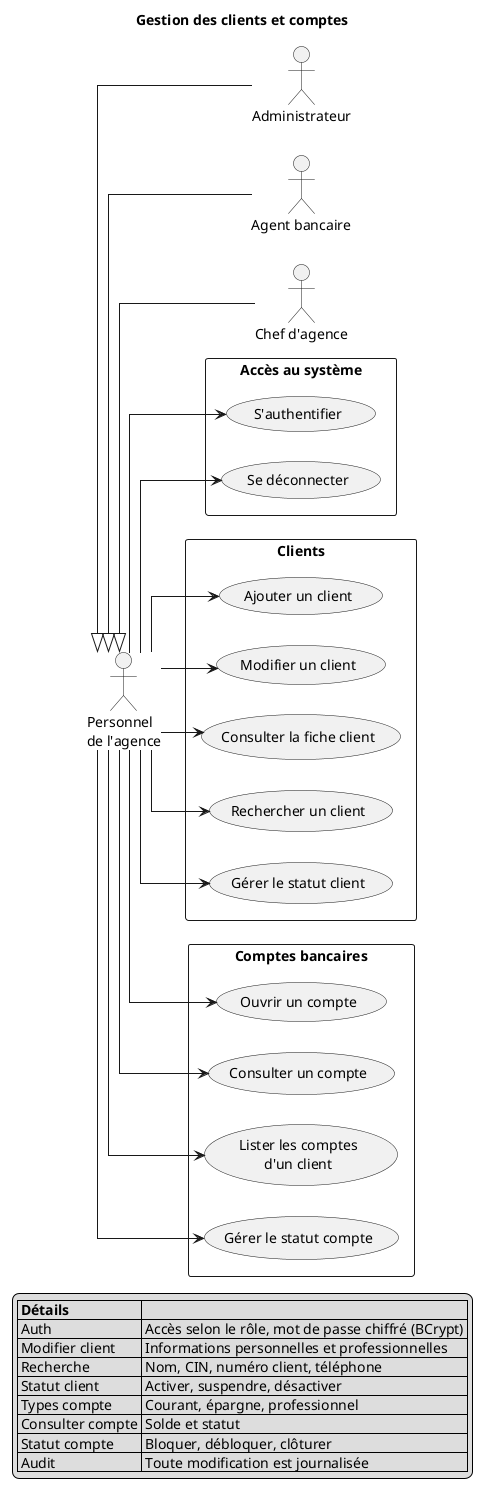
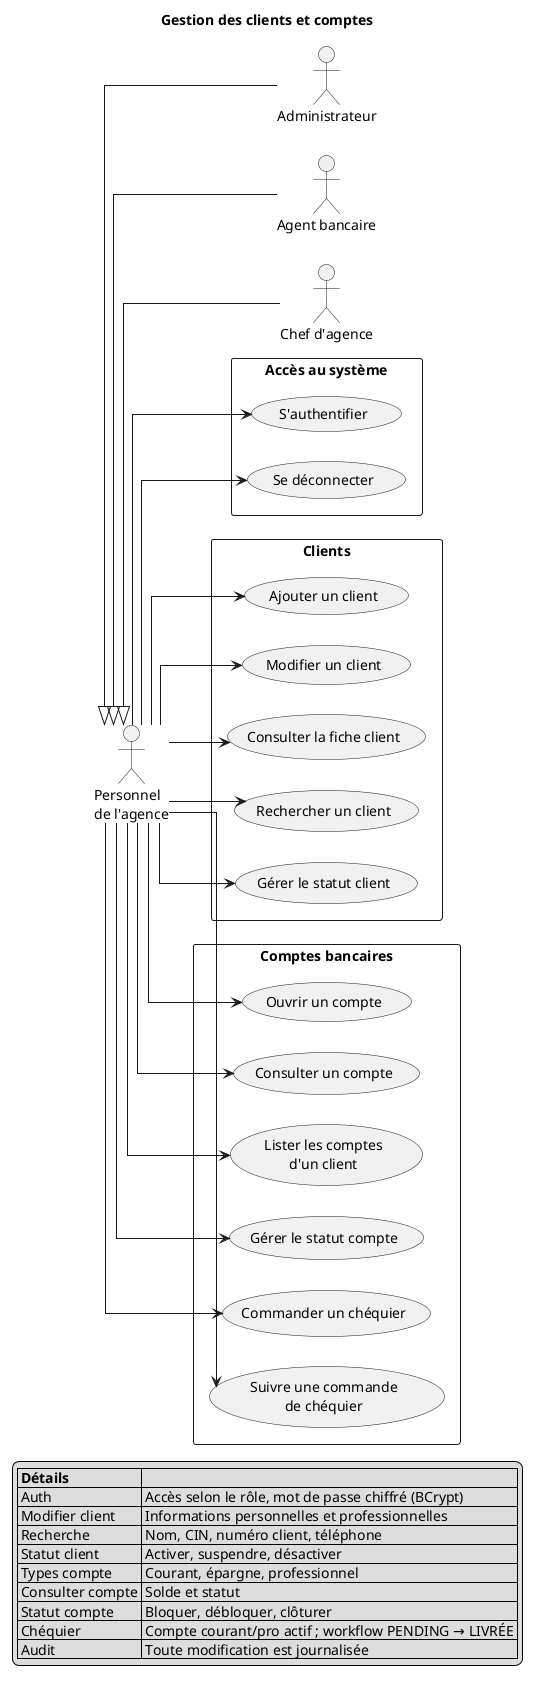
@startuml 01-clients-comptes
left to right direction
skinparam shadowing false
skinparam packageStyle rectangle
skinparam nodesep 30
skinparam ranksep 40
skinparam linetype ortho

title Gestion des clients et comptes

actor "Personnel\nde l'agence" as personnel

actor "Administrateur" as admin
actor "Agent bancaire" as agent
actor "Chef d'agence" as chef

admin -up-|> personnel
agent -up-|> personnel
chef -up-|> personnel

rectangle "Accès au système" {
  usecase "S'authentifier" as UC_LOGIN
  usecase "Se déconnecter" as UC_LOGOUT
}

rectangle "Clients" {
  usecase "Ajouter un client" as UC_C_ADD
  usecase "Modifier un client" as UC_C_EDIT
  usecase "Consulter la fiche client" as UC_C_VIEW
  usecase "Rechercher un client" as UC_C_SEARCH
  usecase "Gérer le statut client" as UC_C_STATUS
}

rectangle "Comptes bancaires" {
  usecase "Ouvrir un compte" as UC_A_OPEN
  usecase "Consulter un compte" as UC_A_VIEW
  usecase "Lister les comptes\nd'un client" as UC_A_LIST
  usecase "Gérer le statut compte" as UC_A_STATUS
+   usecase "Commander un chéquier" as UC_CHQ_ORDER
+   usecase "Suivre une commande\nde chéquier" as UC_CHQ_TRACK
}

personnel --> UC_LOGIN
personnel --> UC_LOGOUT
personnel --> UC_C_ADD
personnel --> UC_C_EDIT
personnel --> UC_C_VIEW
personnel --> UC_C_SEARCH
personnel --> UC_C_STATUS
personnel --> UC_A_OPEN
personnel --> UC_A_VIEW
personnel --> UC_A_LIST
personnel --> UC_A_STATUS
+ personnel --> UC_CHQ_ORDER
+ personnel --> UC_CHQ_TRACK

legend bottom
  |= Détails |= |
  | Auth | Accès selon le rôle, mot de passe chiffré (BCrypt) |
  | Modifier client | Informations personnelles et professionnelles |
  | Recherche | Nom, CIN, numéro client, téléphone |
  | Statut client | Activer, suspendre, désactiver |
  | Types compte | Courant, épargne, professionnel |
  | Consulter compte | Solde et statut |
  | Statut compte | Bloquer, débloquer, clôturer |
+   | Chéquier | Compte courant/pro actif ; workflow PENDING → LIVRÉE |
  | Audit | Toute modification est journalisée |
endlegend

@enduml
